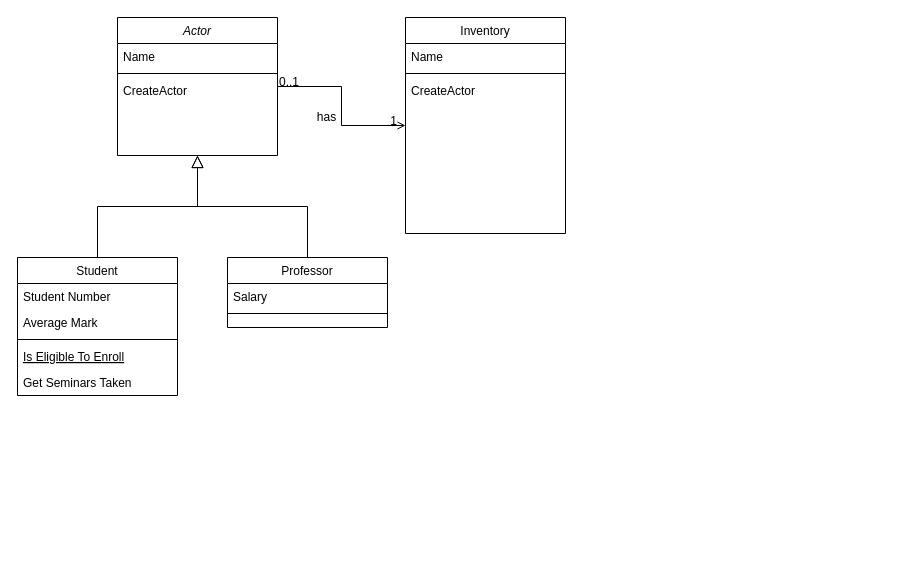
Before: Plastic class structure.drawio in jenniferlynparsons/plastic, a draw.io diagram. Source tidied: cells renumbered, new cells numbered last; positions are measured from the earlier drawing's top-left corner, leaving out a move shared by most shapes. Both pictures are drawn from the tidied source at 100%, with x=0, y=0 at pixel (17, 17).
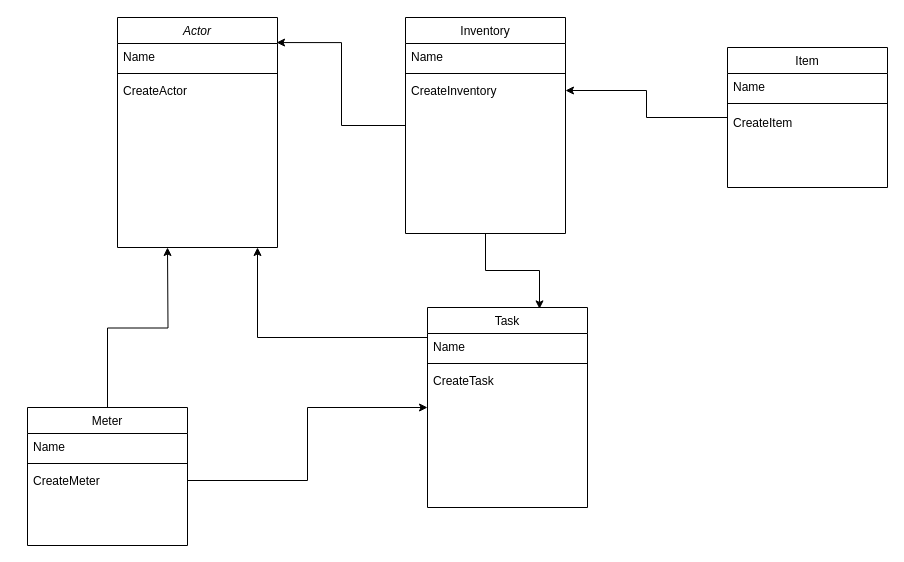
Above is the later version.

The change refers to these unchanged cells:
```xml
<mxCell id="17" value="Inventory" style="swimlane;fontStyle=0;align=center;verticalAlign=top;horizontal=1;startSize=26;rounded=0;shadow=0;strokeWidth=1;" parent="1" vertex="1">
  <mxGeometry x="388" width="160" height="216" as="geometry" />
</mxCell>
```

What changed in the source:
```diff
@@
     <mxCell id="2" value="Actor" style="swimlane;fontStyle=2;align=center;verticalAlign=top;horizontal=1;startSize=26;rounded=0;shadow=0;strokeWidth=1;" parent="1" vertex="1">
-      <mxGeometry x="100" width="160" height="138" as="geometry" />
+      <mxGeometry x="100" width="160" height="230" as="geometry" />
     </mxCell>
@@
+    <mxCell id="25" style="edgeStyle=orthogonalEdgeStyle;rounded=0;jettySize=auto;html=1;" parent="1" edge="1" source="6">
+      <mxGeometry relative="1" as="geometry">
+        <mxPoint x="240" y="230" as="targetPoint" />
+        <Array as="points">
+          <mxPoint x="240" y="320" />
+        </Array>
+      </mxGeometry>
+    </mxCell>
-    <mxCell id="6" value="Student" style="swimlane;fontStyle=0;align=center;verticalAlign=top;horizontal=1;startSize=26;rounded=0;shadow=0;strokeWidth=1;" parent="1" vertex="1">
-      <mxGeometry y="240" width="160" height="138" as="geometry" />
+    <mxCell id="6" value="Task" style="swimlane;fontStyle=0;align=center;verticalAlign=top;horizontal=1;startSize=26;rounded=0;shadow=0;strokeWidth=1;" parent="1" vertex="1">
+      <mxGeometry x="410" y="290" width="160" height="200" as="geometry" />
     </mxCell>
-    <mxCell id="7" value="Student Number" style="text;align=left;verticalAlign=top;spacingLeft=4;spacingRight=4;overflow=hidden;" parent="6" vertex="1">
+    <mxCell id="7" value="Name" style="text;align=left;verticalAlign=top;spacingLeft=4;spacingRight=4;overflow=hidden;" parent="6" vertex="1">
       <mxGeometry y="26" width="160" height="26" as="geometry" />
     </mxCell>
-    <mxCell id="8" value="Average Mark" style="text;align=left;verticalAlign=top;spacingLeft=4;spacingRight=4;overflow=hidden;rounded=0;shadow=0;html=0;" parent="6" vertex="1">
-      <mxGeometry y="52" width="160" height="26" as="geometry" />
-    </mxCell>
     <mxCell id="9" style="line;html=1;strokeWidth=1;align=left;verticalAlign=middle;spacingTop=-1;spacingLeft=3;spacingRight=3;labelPosition=right;" parent="6" vertex="1">
-      <mxGeometry y="78" width="160" height="8" as="geometry" />
+      <mxGeometry y="52" width="160" height="8" as="geometry" />
     </mxCell>
-    <mxCell id="10" value="Is Eligible To Enroll" style="text;align=left;verticalAlign=top;spacingLeft=4;spacingRight=4;overflow=hidden;fontStyle=4;" parent="6" vertex="1">
-      <mxGeometry y="86" width="160" height="26" as="geometry" />
-    </mxCell>
-    <mxCell id="11" value="Get Seminars Taken" style="text;align=left;verticalAlign=top;spacingLeft=4;spacingRight=4;overflow=hidden;" parent="6" vertex="1">
-      <mxGeometry y="112" width="160" height="26" as="geometry" />
+    <mxCell id="11" value="CreateTask" style="text;align=left;verticalAlign=top;spacingLeft=4;spacingRight=4;overflow=hidden;" parent="6" vertex="1">
+      <mxGeometry y="60" width="160" height="26" as="geometry" />
     </mxCell>
-    <mxCell id="12" style="endArrow=block;endSize=10;endFill=0;shadow=0;strokeWidth=1;rounded=0;edgeStyle=elbowEdgeStyle;elbow=vertical;" parent="1" edge="1" source="6" target="2">
-      <mxGeometry relative="1" as="geometry" />
-    </mxCell>
+    <mxCell id="26" style="edgeStyle=orthogonalEdgeStyle;rounded=0;jettySize=auto;html=1;" parent="1" edge="1" source="13" target="20">
+      <mxGeometry relative="1" as="geometry" />
+    </mxCell>
-    <mxCell id="13" value="Professor" style="swimlane;fontStyle=0;align=center;verticalAlign=top;horizontal=1;startSize=26;rounded=0;shadow=0;strokeWidth=1;" parent="1" vertex="1">
-      <mxGeometry x="210" y="240" width="160" height="70" as="geometry" />
+    <mxCell id="13" value="Item" style="swimlane;fontStyle=0;align=center;verticalAlign=top;horizontal=1;startSize=26;rounded=0;shadow=0;strokeWidth=1;" parent="1" vertex="1">
+      <mxGeometry x="710" y="30" width="160" height="140" as="geometry" />
     </mxCell>
-    <mxCell id="14" value="Salary" style="text;align=left;verticalAlign=top;spacingLeft=4;spacingRight=4;overflow=hidden;" parent="13" vertex="1">
+    <mxCell id="14" value="Name" style="text;align=left;verticalAlign=top;spacingLeft=4;spacingRight=4;overflow=hidden;" parent="13" vertex="1">
       <mxGeometry y="26" width="160" height="26" as="geometry" />
     </mxCell>
@@
-    <mxCell id="16" style="endArrow=block;endSize=10;endFill=0;shadow=0;strokeWidth=1;rounded=0;edgeStyle=elbowEdgeStyle;elbow=vertical;" parent="1" edge="1" source="13" target="2">
-      <mxGeometry relative="1" as="geometry" />
-    </mxCell>
+    <mxCell id="27" value="CreateItem" style="text;strokeColor=none;fillColor=none;align=left;verticalAlign=middle;spacingLeft=4;spacingRight=4;overflow=hidden;" parent="13" vertex="1">
+      <mxGeometry y="60" width="160" height="30" as="geometry" />
+    </mxCell>
+    <mxCell id="28" style="edgeStyle=orthogonalEdgeStyle;rounded=0;jettySize=auto;html=1;entryX=0.7;entryY=0.007;entryDx=0;entryDy=0;entryPerimeter=0;" parent="1" edge="1" source="17" target="6">
+      <mxGeometry relative="1" as="geometry" />
+    </mxCell>
@@
-    <mxCell id="20" value="CreateActor" style="text;align=left;verticalAlign=top;spacingLeft=4;spacingRight=4;overflow=hidden;points=[[0,0.5],[1,0.5]];portConstraint=eastwest;" parent="17" vertex="1">
+    <mxCell id="20" value="CreateInventory&#10;" style="text;align=left;verticalAlign=top;spacingLeft=4;spacingRight=4;overflow=hidden;points=[[0,0.5],[1,0.5]];portConstraint=eastwest;" parent="17" vertex="1">
       <mxGeometry y="60" width="160" height="26" as="geometry" />
     </mxCell>
-    <mxCell id="21" style="endArrow=open;shadow=0;strokeWidth=1;rounded=0;endFill=1;edgeStyle=elbowEdgeStyle;elbow=horizontal;" parent="1" edge="1" source="2" target="17">
-      <mxGeometry x="0.5" y="41" relative="1" as="geometry">
-        <mxPoint x="-40" y="32" as="offset" />
-      </mxGeometry>
-    </mxCell>
-    <mxCell id="22" value="0..1" style="align=left;verticalAlign=bottom;labelBackgroundColor=none;fontSize=12;" parent="21" vertex="1">
-      <mxGeometry x="-1" relative="1" as="geometry">
-        <mxPoint y="4" as="offset" />
-      </mxGeometry>
-    </mxCell>
-    <mxCell id="23" value="1" style="align=right;verticalAlign=bottom;labelBackgroundColor=none;fontSize=12;" parent="21" vertex="1">
-      <mxGeometry x="1" relative="1" as="geometry">
-        <mxPoint x="-7" y="4" as="offset" />
-      </mxGeometry>
-    </mxCell>
-    <mxCell id="24" value="has" style="text;html=1;align=center;verticalAlign=middle;labelBackgroundColor=none;rounded=0;shadow=0;strokeWidth=1;fontSize=12;" parent="21" vertex="1">
-      <mxGeometry x="0.5" y="49" relative="1" as="geometry">
-        <mxPoint x="-38" y="40" as="offset" />
-      </mxGeometry>
-    </mxCell>
+    <mxCell id="29" style="edgeStyle=orthogonalEdgeStyle;rounded=0;jettySize=auto;html=1;entryX=0.994;entryY=0.109;entryDx=0;entryDy=0;entryPerimeter=0;" parent="1" edge="1" source="17" target="2">
+      <mxGeometry relative="1" as="geometry" />
+    </mxCell>
+    <mxCell id="30" style="edgeStyle=orthogonalEdgeStyle;rounded=0;jettySize=auto;html=1;" parent="1" edge="1" source="31">
+      <mxGeometry relative="1" as="geometry">
+        <mxPoint x="150" y="230" as="targetPoint" />
+      </mxGeometry>
+    </mxCell>
+    <mxCell id="31" value="Meter" style="swimlane;fontStyle=0;align=center;verticalAlign=top;horizontal=1;startSize=26;rounded=0;shadow=0;strokeWidth=1;" parent="1" vertex="1">
+      <mxGeometry x="10" y="390" width="160" height="138" as="geometry" />
+    </mxCell>
+    <mxCell id="32" value="Name" style="text;align=left;verticalAlign=top;spacingLeft=4;spacingRight=4;overflow=hidden;" parent="31" vertex="1">
+      <mxGeometry y="26" width="160" height="26" as="geometry" />
+    </mxCell>
+    <mxCell id="33" style="line;html=1;strokeWidth=1;align=left;verticalAlign=middle;spacingTop=-1;spacingLeft=3;spacingRight=3;labelPosition=right;" parent="31" vertex="1">
+      <mxGeometry y="52" width="160" height="8" as="geometry" />
+    </mxCell>
+    <mxCell id="34" value="CreateMeter" style="text;align=left;verticalAlign=top;spacingLeft=4;spacingRight=4;overflow=hidden;points=[[0,0.5],[1,0.5]];portConstraint=eastwest;" parent="31" vertex="1">
+      <mxGeometry y="60" width="160" height="26" as="geometry" />
+    </mxCell>
+    <mxCell id="35" style="edgeStyle=orthogonalEdgeStyle;rounded=0;jettySize=auto;html=1;entryX=0;entryY=0.5;entryDx=0;entryDy=0;" parent="1" edge="1" source="34" target="6">
+      <mxGeometry relative="1" as="geometry" />
+    </mxCell>
```
